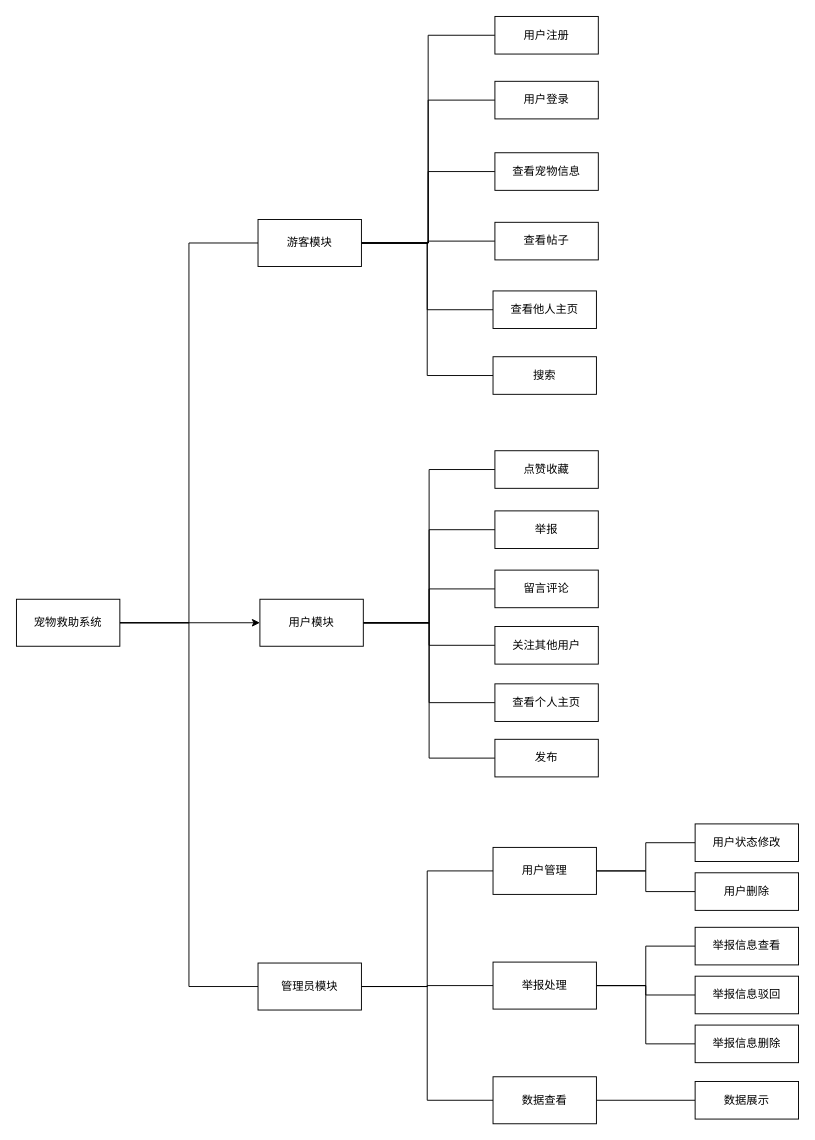
Above: 功能模块图.drawio in Heart-clearing/git-demo (draw.io), before the change. Source tidied: cells renumbered, new cells numbered last; positions are measured from the earlier drawing's top-left corner, leaving out a move shared by most shapes. Both pictures are drawn from the tidied source at 94%, with x=0, y=0 at pixel (16, 16).
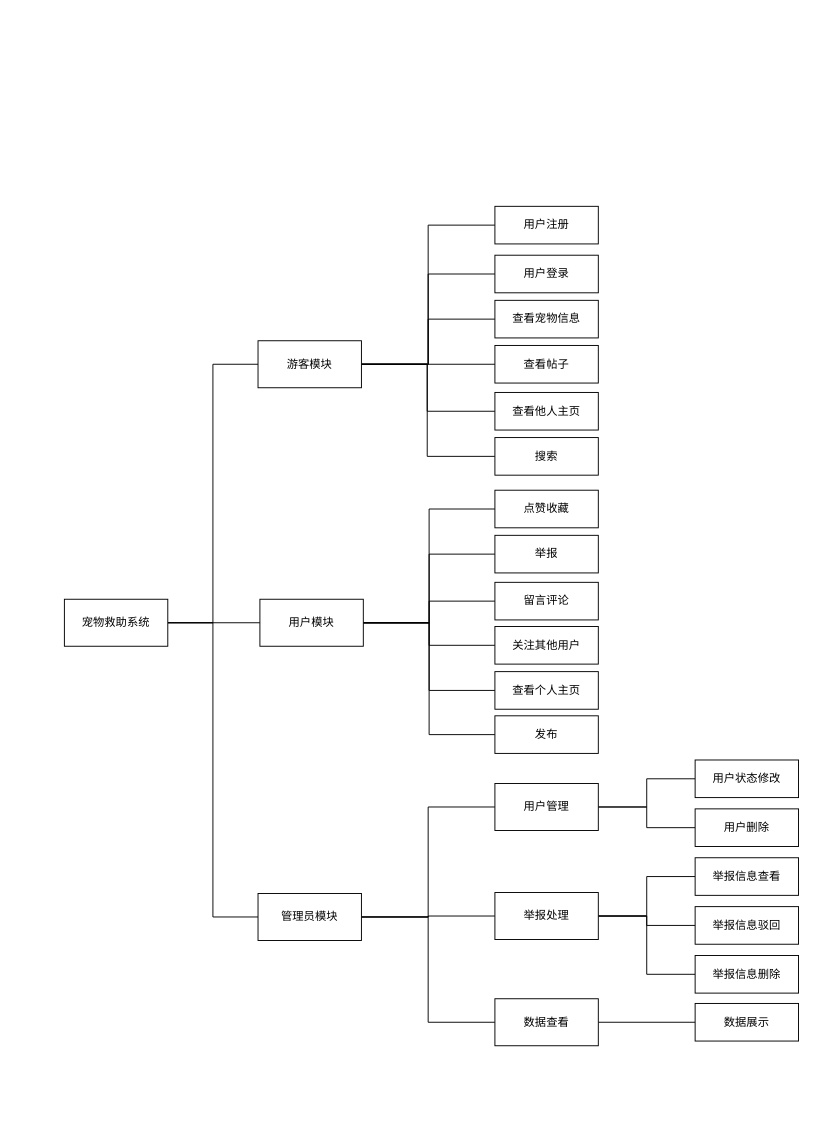
The same diagram, later.

Commit message:
更新功能模块图.drawio

The change refers to these unchanged cells:
```xml
<mxCell id="31" value="用户模块" style="html=1;whiteSpace=wrap;" parent="1" vertex="1">
  <mxGeometry x="259" y="620" width="110" height="50" as="geometry" />
</mxCell>
```

The edit, as a diff of the source:
```diff
@@
-    <mxCell id="4" style="edgeStyle=orthogonalEdgeStyle;rounded=0;jettySize=auto;html=1;entryX=0;entryY=0.5;entryDx=0;entryDy=0;" parent="1" edge="1" source="5" target="31">
+    <mxCell id="4" style="edgeStyle=orthogonalEdgeStyle;rounded=0;jettySize=auto;html=1;entryX=0;entryY=0.5;entryDx=0;entryDy=0;endArrow=none;endFill=0;" parent="1" edge="1" source="5" target="31">
       <mxGeometry relative="1" as="geometry" />
     </mxCell>
     <mxCell id="5" value="宠物救助系统" style="html=1;whiteSpace=wrap;" parent="1" vertex="1">
-      <mxGeometry y="620" width="110" height="50" as="geometry" />
+      <mxGeometry x="51" y="620" width="110" height="50" as="geometry" />
     </mxCell>
@@
     <mxCell id="9" value="管理员模块" style="html=1;whiteSpace=wrap;" parent="1" vertex="1">
-      <mxGeometry x="257" y="1007" width="110" height="50" as="geometry" />
+      <mxGeometry x="257" y="933" width="110" height="50" as="geometry" />
     </mxCell>
@@
     <mxCell id="12" value="用户管理" style="html=1;whiteSpace=wrap;" parent="1" vertex="1">
-      <mxGeometry x="507" y="884" width="110" height="50" as="geometry" />
+      <mxGeometry x="509" y="816" width="110" height="50" as="geometry" />
     </mxCell>
@@
     <mxCell id="16" value="举报处理" style="html=1;whiteSpace=wrap;" parent="1" vertex="1">
-      <mxGeometry x="507" y="1006" width="110" height="50" as="geometry" />
+      <mxGeometry x="509" y="932" width="110" height="50" as="geometry" />
     </mxCell>
@@
     <mxCell id="18" value="数据查看" style="html=1;whiteSpace=wrap;" parent="1" vertex="1">
-      <mxGeometry x="507" y="1128" width="110" height="50" as="geometry" />
+      <mxGeometry x="509" y="1045" width="110" height="50" as="geometry" />
     </mxCell>
     <mxCell id="19" value="用户状态修改" style="html=1;whiteSpace=wrap;" parent="1" vertex="1">
-      <mxGeometry x="722" y="859" width="110" height="40" as="geometry" />
+      <mxGeometry x="722" y="791" width="110" height="40" as="geometry" />
     </mxCell>
     <mxCell id="20" value="举报信息查看" style="html=1;whiteSpace=wrap;" parent="1" vertex="1">
-      <mxGeometry x="722" y="969" width="110" height="40" as="geometry" />
+      <mxGeometry x="722" y="895" width="110" height="40" as="geometry" />
     </mxCell>
     <mxCell id="21" value="用户删除" style="html=1;whiteSpace=wrap;" parent="1" vertex="1">
-      <mxGeometry x="722" y="911" width="110" height="40" as="geometry" />
+      <mxGeometry x="722" y="843" width="110" height="40" as="geometry" />
     </mxCell>
     <mxCell id="22" value="举报信息驳回" style="html=1;whiteSpace=wrap;" parent="1" vertex="1">
-      <mxGeometry x="722" y="1021" width="110" height="40" as="geometry" />
+      <mxGeometry x="722" y="947" width="110" height="40" as="geometry" />
     </mxCell>
     <mxCell id="23" value="举报信息删除" style="html=1;whiteSpace=wrap;" parent="1" vertex="1">
-      <mxGeometry x="722" y="1073" width="110" height="40" as="geometry" />
+      <mxGeometry x="722" y="999" width="110" height="40" as="geometry" />
     </mxCell>
     <mxCell id="24" value="数据展示" style="html=1;whiteSpace=wrap;" parent="1" vertex="1">
-      <mxGeometry x="722" y="1133" width="110" height="40" as="geometry" />
+      <mxGeometry x="722" y="1050" width="110" height="40" as="geometry" />
     </mxCell>
@@
     <mxCell id="36" style="edgeStyle=orthogonalEdgeStyle;rounded=0;jettySize=auto;html=1;entryX=0;entryY=0.5;entryDx=0;entryDy=0;endArrow=none;endFill=0;" parent="1" edge="1" source="38" target="44">
       <mxGeometry relative="1" as="geometry">
         <Array as="points">
-          <mxPoint x="437" y="241" />
-          <mxPoint x="437" y="312" />
+          <mxPoint x="437" y="370" />
+          <mxPoint x="437" y="420" />
         </Array>
       </mxGeometry>
     </mxCell>
     <mxCell id="37" style="edgeStyle=orthogonalEdgeStyle;rounded=0;jettySize=auto;html=1;entryX=0;entryY=0.5;entryDx=0;entryDy=0;endArrow=none;endFill=0;" parent="1" edge="1" source="38" target="41">
       <mxGeometry relative="1" as="geometry">
         <Array as="points">
-          <mxPoint x="437" y="241" />
-          <mxPoint x="437" y="382" />
+          <mxPoint x="437" y="370" />
+          <mxPoint x="437" y="468" />
         </Array>
       </mxGeometry>
     </mxCell>
     <mxCell id="38" value="游客模块" style="html=1;whiteSpace=wrap;" parent="1" vertex="1">
-      <mxGeometry x="257" y="216" width="110" height="50" as="geometry" />
+      <mxGeometry x="257" y="345" width="110" height="50" as="geometry" />
     </mxCell>
     <mxCell id="39" value="用户注册" style="html=1;whiteSpace=wrap;" parent="1" vertex="1">
-      <mxGeometry x="509" width="110" height="40" as="geometry" />
+      <mxGeometry x="509" y="202" width="110" height="40" as="geometry" />
     </mxCell>
     <mxCell id="40" value="用户登录" style="html=1;whiteSpace=wrap;" parent="1" vertex="1">
-      <mxGeometry x="509" y="69" width="110" height="40" as="geometry" />
+      <mxGeometry x="509" y="254" width="110" height="40" as="geometry" />
     </mxCell>
     <mxCell id="41" value="搜索" style="html=1;whiteSpace=wrap;" parent="1" vertex="1">
-      <mxGeometry x="507" y="362" width="110" height="40" as="geometry" />
+      <mxGeometry x="509" y="448" width="110" height="40" as="geometry" />
     </mxCell>
     <mxCell id="42" value="查看宠物信息" style="html=1;whiteSpace=wrap;" parent="1" vertex="1">
-      <mxGeometry x="509" y="145" width="110" height="40" as="geometry" />
+      <mxGeometry x="509" y="302" width="110" height="40" as="geometry" />
     </mxCell>
     <mxCell id="43" value="查看帖子" style="html=1;whiteSpace=wrap;" parent="1" vertex="1">
-      <mxGeometry x="509" y="219" width="110" height="40" as="geometry" />
+      <mxGeometry x="509" y="350" width="110" height="40" as="geometry" />
     </mxCell>
     <mxCell id="44" value="查看他人主页" style="html=1;whiteSpace=wrap;" parent="1" vertex="1">
-      <mxGeometry x="507" y="292" width="110" height="40" as="geometry" />
+      <mxGeometry x="509" y="400" width="110" height="40" as="geometry" />
     </mxCell>
     <mxCell id="45" value="留言评论" style="html=1;whiteSpace=wrap;" parent="1" vertex="1">
-      <mxGeometry x="509" y="589" width="110" height="40" as="geometry" />
+      <mxGeometry x="509" y="602" width="110" height="40" as="geometry" />
     </mxCell>
     <mxCell id="46" value="点赞收藏" style="html=1;whiteSpace=wrap;" parent="1" vertex="1">
-      <mxGeometry x="509" y="462" width="110" height="40" as="geometry" />
+      <mxGeometry x="509" y="504" width="110" height="40" as="geometry" />
     </mxCell>
     <mxCell id="47" value="举报" style="html=1;whiteSpace=wrap;" parent="1" vertex="1">
-      <mxGeometry x="509" y="526" width="110" height="40" as="geometry" />
+      <mxGeometry x="509" y="552" width="110" height="40" as="geometry" />
     </mxCell>
@@
     <mxCell id="49" value="查看个人主页" style="html=1;whiteSpace=wrap;" parent="1" vertex="1">
-      <mxGeometry x="509" y="710" width="110" height="40" as="geometry" />
+      <mxGeometry x="509" y="697" width="110" height="40" as="geometry" />
     </mxCell>
     <mxCell id="50" value="发布" style="html=1;whiteSpace=wrap;" parent="1" vertex="1">
-      <mxGeometry x="509" y="769" width="110" height="40" as="geometry" />
+      <mxGeometry x="509" y="744" width="110" height="40" as="geometry" />
     </mxCell>
```
